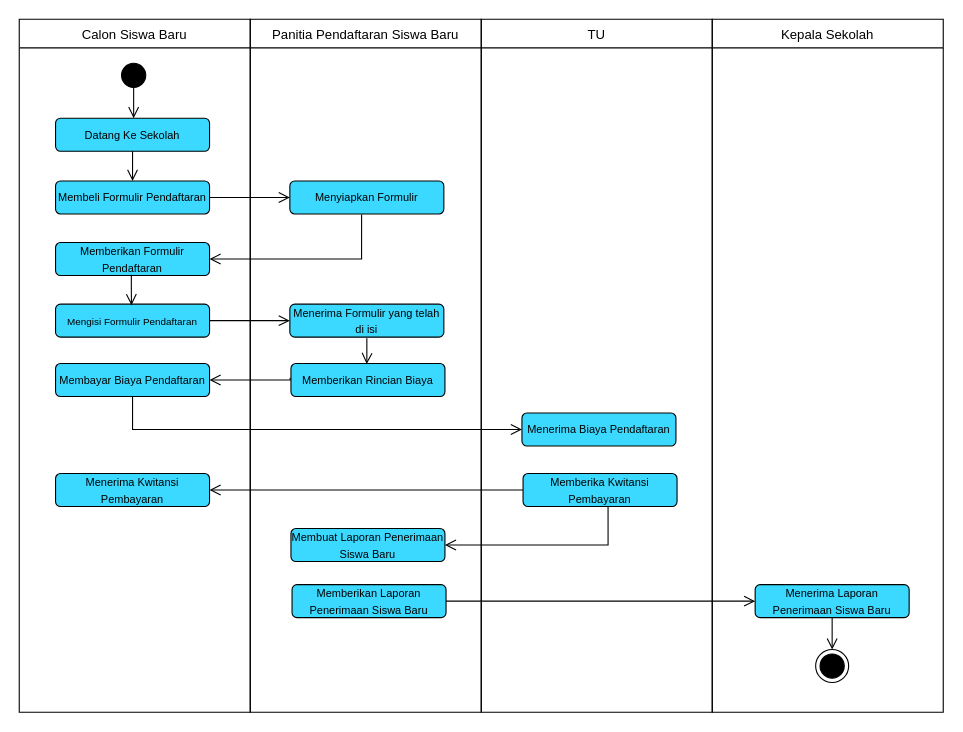
The draw.io diagram activity.drawio in danangsptro/register-vhs, before the edit. Source tidied: cells renumbered, new cells numbered last; positions are measured from the earlier drawing's top-left corner, leaving out a move shared by most shapes. Both pictures are drawn from the tidied source at 110%, with x=0, y=0 at pixel (19, 19).
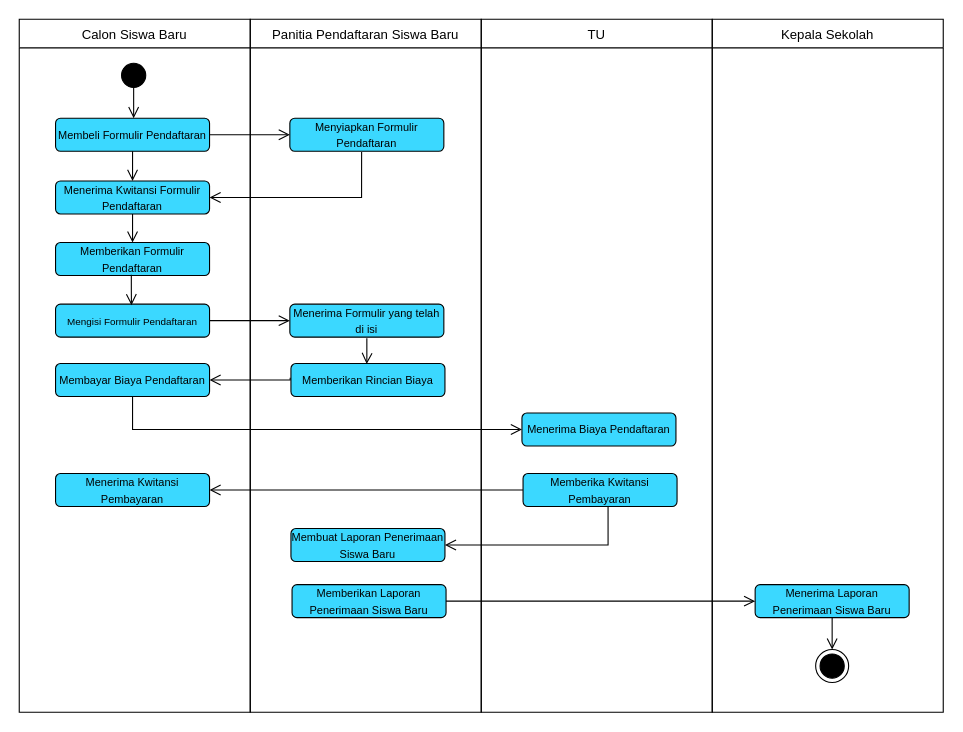
The same diagram, later.

The change refers to these unchanged cells:
```xml
<mxCell id="13" value="&lt;font style=&quot;font-size: 10px;&quot;&gt;Memberikan Formulir Pendaftaran&lt;/font&gt;" style="rounded=1;whiteSpace=wrap;html=1;strokeColor=default;fillColor=#3BD8FF;gradientColor=none;" parent="1" vertex="1">
  <mxGeometry x="33" y="203" width="140" height="30" as="geometry" />
</mxCell>
```

What changed in the source:
```diff
@@
-    <mxCell id="5" value="&lt;font style=&quot;font-size: 10px;&quot;&gt;Datang Ke Sekolah&lt;/font&gt;" style="rounded=1;whiteSpace=wrap;html=1;strokeColor=default;fillColor=#3BD8FF;gradientColor=none;" parent="1" vertex="1">
+    <mxCell id="5" value="&lt;font style=&quot;font-size: 10px;&quot;&gt;Membeli Formulir Pendaftaran&lt;/font&gt;" style="rounded=1;whiteSpace=wrap;html=1;strokeColor=default;fillColor=#3BD8FF;gradientColor=none;" parent="1" vertex="1">
       <mxGeometry x="33" y="90" width="140" height="30" as="geometry" />
     </mxCell>
@@
-    <mxCell id="9" value="&lt;font style=&quot;font-size: 10px;&quot;&gt;Membeli Formulir Pendaftaran&lt;/font&gt;" style="rounded=1;whiteSpace=wrap;html=1;strokeColor=default;fillColor=#3BD8FF;gradientColor=none;" parent="1" vertex="1">
+    <mxCell id="9" value="&lt;font style=&quot;font-size: 10px;&quot;&gt;Menerima Kwitansi Formulir Pendaftaran&lt;/font&gt;" style="rounded=1;whiteSpace=wrap;html=1;strokeColor=default;fillColor=#3BD8FF;gradientColor=none;" parent="1" vertex="1">
       <mxGeometry x="33" y="147" width="140" height="30" as="geometry" />
     </mxCell>
@@
-    <mxCell id="11" value="&lt;font style=&quot;font-size: 10px;&quot;&gt;Menyiapkan Formulir&lt;/font&gt;" style="rounded=1;whiteSpace=wrap;html=1;strokeColor=default;fillColor=#3BD8FF;gradientColor=none;" parent="1" vertex="1">
-      <mxGeometry x="246" y="147" width="140" height="30" as="geometry" />
+    <mxCell id="11" value="&lt;font style=&quot;font-size: 10px;&quot;&gt;Menyiapkan Formulir Pendaftaran&lt;/font&gt;" style="rounded=1;whiteSpace=wrap;html=1;strokeColor=default;fillColor=#3BD8FF;gradientColor=none;" parent="1" vertex="1">
+      <mxGeometry x="246" y="90" width="140" height="30" as="geometry" />
     </mxCell>
-    <mxCell id="12" style="edgeStyle=orthogonalEdgeStyle;html=1;verticalAlign=bottom;endArrow=open;endSize=8;strokeColor=#000000;rounded=0;entryX=0;entryY=0.5;entryDx=0;entryDy=0;exitX=1;exitY=0.5;exitDx=0;exitDy=0;" parent="1" edge="1" source="9" target="11">
+    <mxCell id="12" style="edgeStyle=orthogonalEdgeStyle;html=1;verticalAlign=bottom;endArrow=open;endSize=8;strokeColor=#000000;rounded=0;entryX=0;entryY=0.5;entryDx=0;entryDy=0;exitX=1;exitY=0.5;exitDx=0;exitDy=0;" parent="1" edge="1" source="5" target="11">
       <mxGeometry relative="1" as="geometry" />
     </mxCell>
@@
-    <mxCell id="14" style="edgeStyle=orthogonalEdgeStyle;html=1;verticalAlign=bottom;endArrow=open;endSize=8;strokeColor=#000000;rounded=0;entryX=1;entryY=0.5;entryDx=0;entryDy=0;exitX=0.466;exitY=1.02;exitDx=0;exitDy=0;exitPerimeter=0;" parent="1" edge="1" source="11" target="13">
+    <mxCell id="14" style="edgeStyle=orthogonalEdgeStyle;html=1;verticalAlign=bottom;endArrow=open;endSize=8;strokeColor=#000000;rounded=0;entryX=1;entryY=0.5;entryDx=0;entryDy=0;exitX=0.466;exitY=1.02;exitDx=0;exitDy=0;exitPerimeter=0;" parent="1" edge="1" source="11" target="9">
       <mxGeometry relative="1" as="geometry" />
     </mxCell>
@@
+    <mxCell id="35" style="edgeStyle=orthogonalEdgeStyle;html=1;verticalAlign=bottom;endArrow=open;endSize=8;strokeColor=#000000;rounded=0;entryX=0.5;entryY=0;entryDx=0;entryDy=0;exitX=0.5;exitY=1;exitDx=0;exitDy=0;" parent="1" edge="1" source="9" target="13">
+      <mxGeometry relative="1" as="geometry" />
+    </mxCell>
```
